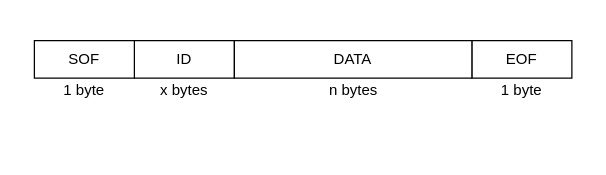
BioBoost/course_iot_devices keeps this draw.io diagram as docs/05-uart/challenges/your-sensor/img/data-packet.drawio. Above is the earlier version. Source tidied: cells renumbered, new cells numbered last; positions are measured from the earlier drawing's top-left corner, leaving out a move shared by most shapes. Both pictures are drawn from the tidied source at 125%, with x=0, y=0 at pixel (34, 40).
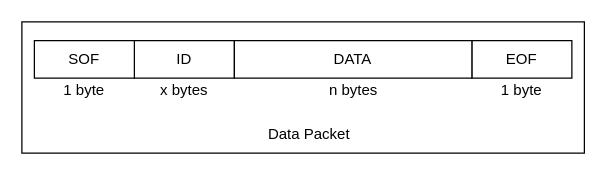
Above is the later version.

Commit message:
Save data-packet origin file

The edit, as a diff of the source:
```diff
@@
 <mxGraphModel>
   <root>
     <mxCell id="0" />
     <mxCell id="1" parent="0" />
+    <mxCell id="10" style="rounded=0;whiteSpace=wrap;html=1;" parent="1" vertex="1">
+      <mxGeometry x="-10" y="-15" width="450" height="105" as="geometry" />
+    </mxCell>
     <mxCell id="2" value="ID" style="rounded=0;whiteSpace=wrap;html=1;" parent="1" vertex="1">
       <mxGeometry x="80" width="80" height="30" as="geometry" />
     </mxCell>
     <mxCell id="3" value="EOF" style="rounded=0;whiteSpace=wrap;html=1;" parent="1" vertex="1">
       <mxGeometry x="350" width="80" height="30" as="geometry" />
     </mxCell>
     <mxCell id="4" value="DATA" style="rounded=0;whiteSpace=wrap;html=1;" parent="1" vertex="1">
       <mxGeometry x="160" width="190" height="30" as="geometry" />
     </mxCell>
     <mxCell id="5" value="x bytes" style="text;html=1;strokeColor=none;fillColor=none;align=center;verticalAlign=middle;whiteSpace=wrap;rounded=0;" parent="1" vertex="1">
       <mxGeometry x="90" y="30" width="60" height="20" as="geometry" />
     </mxCell>
     <mxCell id="6" value="1 byte" style="text;html=1;strokeColor=none;fillColor=none;align=center;verticalAlign=middle;whiteSpace=wrap;rounded=0;" parent="1" vertex="1">
       <mxGeometry x="370" y="30" width="40" height="20" as="geometry" />
     </mxCell>
     <mxCell id="7" value="n bytes" style="text;html=1;strokeColor=none;fillColor=none;align=center;verticalAlign=middle;whiteSpace=wrap;rounded=0;" parent="1" vertex="1">
       <mxGeometry x="222.5" y="30" width="65" height="20" as="geometry" />
     </mxCell>
     <mxCell id="8" value="SOF" style="rounded=0;whiteSpace=wrap;html=1;" parent="1" vertex="1">
       <mxGeometry width="80" height="30" as="geometry" />
     </mxCell>
     <mxCell id="9" value="1 byte" style="text;html=1;strokeColor=none;fillColor=none;align=center;verticalAlign=middle;whiteSpace=wrap;rounded=0;" parent="1" vertex="1">
       <mxGeometry x="20" y="30" width="40" height="20" as="geometry" />
     </mxCell>
+    <mxCell id="11" value="Data Packet" style="text;html=1;strokeColor=none;fillColor=none;align=center;verticalAlign=middle;whiteSpace=wrap;rounded=0;" parent="1" vertex="1">
+      <mxGeometry x="165" y="60" width="110" height="30" as="geometry" />
+    </mxCell>
   </root>
 </mxGraphModel>
```
